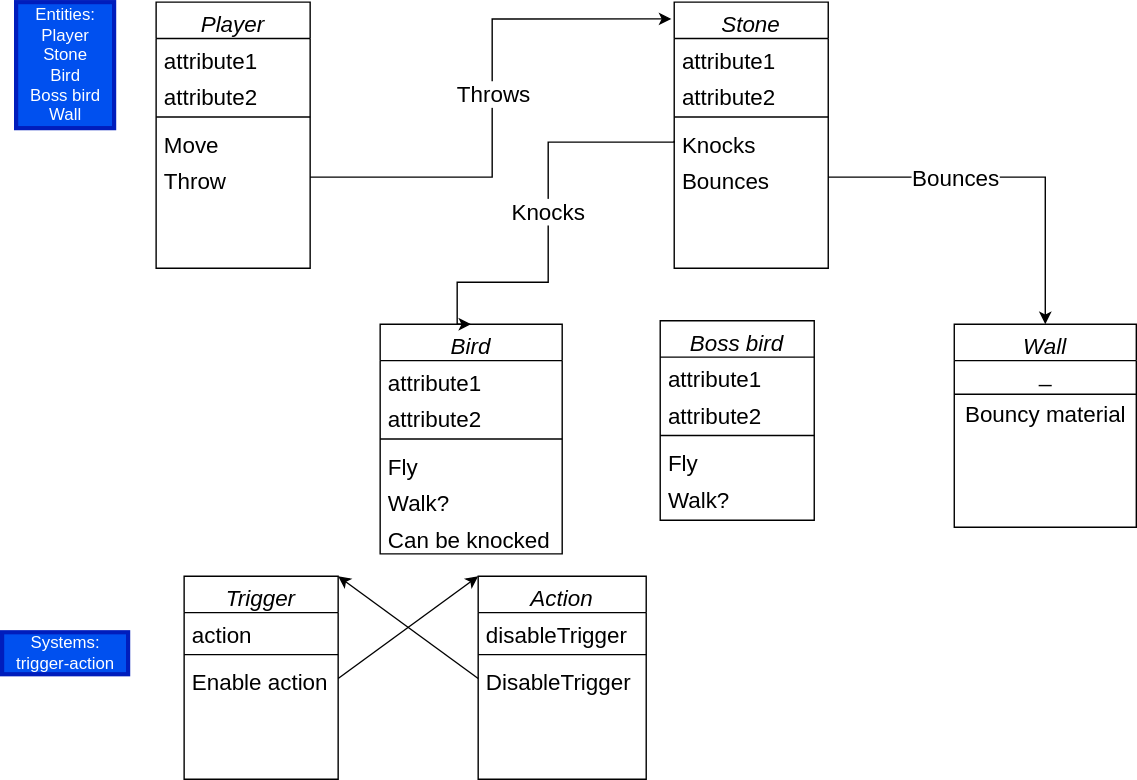
Above: EntitiesAndSystems.drawio.svg in DesseyCodes/The-Kidnapping-of-the-Damsel (draw.io), before the change. Source tidied: cells renumbered, new cells last; positions are measured from the earlier drawing's top-left corner, leaving out a move shared by most shapes. Source of this version:
```xml
<mxGraphModel>
  <root>
    <mxCell id="0" />
    <mxCell id="1" parent="0" />
    <mxCell id="2" value="Player" style="swimlane;fontStyle=2;align=center;verticalAlign=top;horizontal=1;startSize=26;rounded=0;shadow=0;strokeWidth=1;fontSize=16;" parent="1" vertex="1">
      <mxGeometry x="110" width="110" height="190" as="geometry" />
    </mxCell>
    <mxCell id="3" value="attribute1" style="text;align=left;verticalAlign=top;spacingLeft=4;spacingRight=4;overflow=hidden;fontSize=16;" parent="2" vertex="1">
      <mxGeometry y="26" width="110" height="26" as="geometry" />
    </mxCell>
    <mxCell id="4" value="attribute2" style="text;align=left;verticalAlign=top;spacingLeft=4;spacingRight=4;overflow=hidden;fontSize=16;" parent="2" vertex="1">
      <mxGeometry y="52" width="110" height="26" as="geometry" />
    </mxCell>
    <mxCell id="5" style="line;html=1;strokeWidth=1;align=left;verticalAlign=middle;spacingTop=-1;spacingLeft=3;spacingRight=3;labelPosition=right;" parent="2" vertex="1">
      <mxGeometry y="78" width="110" height="8" as="geometry" />
    </mxCell>
    <mxCell id="6" value="Move" style="text;align=left;verticalAlign=top;spacingLeft=4;spacingRight=4;overflow=hidden;fontSize=16;" parent="2" vertex="1">
      <mxGeometry y="86" width="110" height="26" as="geometry" />
    </mxCell>
    <mxCell id="7" value="Throw" style="text;align=left;verticalAlign=top;spacingLeft=4;spacingRight=4;overflow=hidden;points=[[0,0.5],[1,0.5]];portConstraint=eastwest;fontSize=16;" parent="2" vertex="1">
      <mxGeometry y="112" width="110" height="26" as="geometry" />
    </mxCell>
    <mxCell id="8" value="Stone" style="swimlane;fontStyle=2;align=center;verticalAlign=top;horizontal=1;startSize=26;rounded=0;shadow=0;strokeWidth=1;fontSize=16;" parent="1" vertex="1">
      <mxGeometry x="480" width="110" height="190" as="geometry" />
    </mxCell>
    <mxCell id="9" value="attribute1" style="text;align=left;verticalAlign=top;spacingLeft=4;spacingRight=4;overflow=hidden;fontSize=16;" parent="8" vertex="1">
      <mxGeometry y="26" width="110" height="26" as="geometry" />
    </mxCell>
    <mxCell id="10" value="attribute2" style="text;align=left;verticalAlign=top;spacingLeft=4;spacingRight=4;overflow=hidden;fontSize=16;" parent="8" vertex="1">
      <mxGeometry y="52" width="110" height="26" as="geometry" />
    </mxCell>
    <mxCell id="11" style="line;html=1;strokeWidth=1;align=left;verticalAlign=middle;spacingTop=-1;spacingLeft=3;spacingRight=3;labelPosition=right;" parent="8" vertex="1">
      <mxGeometry y="78" width="110" height="8" as="geometry" />
    </mxCell>
    <mxCell id="12" value="Knocks" style="text;align=left;verticalAlign=top;spacingLeft=4;spacingRight=4;overflow=hidden;points=[[0,0.5],[1,0.5]];portConstraint=eastwest;fontSize=16;" parent="8" vertex="1">
      <mxGeometry y="86" width="110" height="26" as="geometry" />
    </mxCell>
    <mxCell id="13" value="Bounces" style="text;align=left;verticalAlign=top;spacingLeft=4;spacingRight=4;overflow=hidden;points=[[0,0.5],[1,0.5]];portConstraint=eastwest;fontSize=16;" parent="8" vertex="1">
      <mxGeometry y="112" width="110" height="26" as="geometry" />
    </mxCell>
    <mxCell id="14" value="Bird" style="swimlane;fontStyle=2;align=center;verticalAlign=top;horizontal=1;startSize=26;rounded=0;shadow=0;strokeWidth=1;fontSize=16;" parent="1" vertex="1">
      <mxGeometry x="270" y="230" width="130" height="164" as="geometry" />
    </mxCell>
    <mxCell id="15" value="attribute1" style="text;align=left;verticalAlign=top;spacingLeft=4;spacingRight=4;overflow=hidden;fontSize=16;" parent="14" vertex="1">
      <mxGeometry y="26" width="130" height="26" as="geometry" />
    </mxCell>
    <mxCell id="16" value="attribute2" style="text;align=left;verticalAlign=top;spacingLeft=4;spacingRight=4;overflow=hidden;fontSize=16;" parent="14" vertex="1">
      <mxGeometry y="52" width="130" height="26" as="geometry" />
    </mxCell>
    <mxCell id="17" style="line;html=1;strokeWidth=1;align=left;verticalAlign=middle;spacingTop=-1;spacingLeft=3;spacingRight=3;labelPosition=right;" parent="14" vertex="1">
      <mxGeometry y="78" width="130" height="8" as="geometry" />
    </mxCell>
    <mxCell id="18" value="Fly&#10;" style="text;align=left;verticalAlign=top;spacingLeft=4;spacingRight=4;overflow=hidden;fontSize=16;" parent="14" vertex="1">
      <mxGeometry y="86" width="130" height="26" as="geometry" />
    </mxCell>
    <mxCell id="19" value="Walk?" style="text;align=left;verticalAlign=top;spacingLeft=4;spacingRight=4;overflow=hidden;fontSize=16;" parent="14" vertex="1">
      <mxGeometry y="112" width="130" height="26" as="geometry" />
    </mxCell>
    <mxCell id="20" value="Can be knocked" style="text;align=left;verticalAlign=top;spacingLeft=4;spacingRight=4;overflow=hidden;fontSize=16;" parent="14" vertex="1">
      <mxGeometry y="138" width="130" height="26" as="geometry" />
    </mxCell>
    <mxCell id="21" style="edgeStyle=orthogonalEdgeStyle;rounded=0;jettySize=auto;html=1;entryX=-0.018;entryY=0.063;entryDx=0;entryDy=0;entryPerimeter=0;fontSize=16;exitX=1;exitY=0.5;exitDx=0;exitDy=0;" parent="1" edge="1" source="7" target="8">
      <mxGeometry relative="1" as="geometry" />
    </mxCell>
    <mxCell id="22" value="Throws" style="edgeLabel;html=1;align=center;verticalAlign=middle;fontSize=16;" parent="21" vertex="1">
      <mxGeometry x="-0.49" y="2" relative="1" as="geometry">
        <mxPoint x="36" y="-58" as="offset" />
      </mxGeometry>
    </mxCell>
    <mxCell id="23" style="edgeStyle=orthogonalEdgeStyle;rounded=0;jettySize=auto;html=1;exitX=0;exitY=0.5;exitDx=0;exitDy=0;entryX=0.5;entryY=0;entryDx=0;entryDy=0;fontSize=16;" parent="1" edge="1" source="12" target="14">
      <mxGeometry relative="1" as="geometry">
        <Array as="points">
          <mxPoint x="480" y="100" />
          <mxPoint x="390" y="100" />
          <mxPoint x="390" y="200" />
          <mxPoint x="325" y="200" />
        </Array>
      </mxGeometry>
    </mxCell>
    <mxCell id="24" value="Knocks" style="edgeLabel;html=1;align=center;verticalAlign=middle;fontSize=16;" parent="23" vertex="1">
      <mxGeometry x="0.19" y="-1" relative="1" as="geometry">
        <mxPoint y="-36" as="offset" />
      </mxGeometry>
    </mxCell>
    <mxCell id="25" value="Boss bird" style="swimlane;fontStyle=2;align=center;verticalAlign=top;horizontal=1;startSize=26;rounded=0;shadow=0;strokeWidth=1;fontSize=16;" parent="1" vertex="1">
      <mxGeometry x="470" y="227.5" width="110" height="142.5" as="geometry" />
    </mxCell>
    <mxCell id="26" value="attribute1" style="text;align=left;verticalAlign=top;spacingLeft=4;spacingRight=4;overflow=hidden;fontSize=16;" parent="25" vertex="1">
      <mxGeometry y="26" width="110" height="26" as="geometry" />
    </mxCell>
    <mxCell id="27" value="attribute2" style="text;align=left;verticalAlign=top;spacingLeft=4;spacingRight=4;overflow=hidden;fontSize=16;" parent="25" vertex="1">
      <mxGeometry y="52" width="110" height="26" as="geometry" />
    </mxCell>
    <mxCell id="28" style="line;html=1;strokeWidth=1;align=left;verticalAlign=middle;spacingTop=-1;spacingLeft=3;spacingRight=3;labelPosition=right;" parent="25" vertex="1">
      <mxGeometry y="78" width="110" height="8" as="geometry" />
    </mxCell>
    <mxCell id="29" value="Fly&#10;" style="text;align=left;verticalAlign=top;spacingLeft=4;spacingRight=4;overflow=hidden;fontSize=16;" parent="25" vertex="1">
      <mxGeometry y="86" width="110" height="26" as="geometry" />
    </mxCell>
    <mxCell id="30" value="Walk?" style="text;align=left;verticalAlign=top;spacingLeft=4;spacingRight=4;overflow=hidden;fontSize=16;" parent="25" vertex="1">
      <mxGeometry y="112" width="110" height="26" as="geometry" />
    </mxCell>
    <mxCell id="31" value="Wall" style="swimlane;fontStyle=2;align=center;verticalAlign=top;horizontal=1;startSize=26;rounded=0;shadow=0;strokeWidth=1;fontSize=16;" parent="1" vertex="1">
      <mxGeometry x="680" y="230" width="130" height="145" as="geometry" />
    </mxCell>
    <mxCell id="32" value="_" style="text;html=1;align=center;verticalAlign=middle;strokeColor=none;fillColor=none;fontSize=16;" parent="31" vertex="1">
      <mxGeometry y="26" width="130" height="20" as="geometry" />
    </mxCell>
    <mxCell id="33" style="line;html=1;strokeWidth=1;align=left;verticalAlign=middle;spacingTop=-1;spacingLeft=3;spacingRight=3;labelPosition=right;" parent="31" vertex="1">
      <mxGeometry y="46" width="130" height="8" as="geometry" />
    </mxCell>
    <mxCell id="34" value="Bouncy material" style="text;html=1;align=center;verticalAlign=middle;strokeColor=none;fillColor=none;fontSize=16;" parent="31" vertex="1">
      <mxGeometry y="54" width="130" height="20" as="geometry" />
    </mxCell>
    <mxCell id="35" value="Entities:&lt;br&gt;Player&lt;br&gt;Stone&lt;br&gt;Bird&lt;br&gt;Boss bird&lt;br&gt;Wall" style="text;html=1;align=center;verticalAlign=middle;strokeColor=#001DBC;fillColor=#0050ef;strokeWidth=3;fontColor=#ffffff;" parent="1" vertex="1">
      <mxGeometry x="10" width="70" height="90" as="geometry" />
    </mxCell>
    <mxCell id="36" value="Systems:&lt;br&gt;trigger-action" style="text;html=1;align=center;verticalAlign=middle;strokeColor=#001DBC;fillColor=#0050ef;strokeWidth=3;fontColor=#ffffff;" parent="1" vertex="1">
      <mxGeometry y="450" width="90" height="30" as="geometry" />
    </mxCell>
    <mxCell id="37" value="Trigger" style="swimlane;fontStyle=2;align=center;verticalAlign=top;horizontal=1;startSize=26;rounded=0;shadow=0;strokeWidth=1;fontSize=16;" parent="1" vertex="1">
      <mxGeometry x="130" y="410" width="110" height="145" as="geometry" />
    </mxCell>
    <mxCell id="38" value="action" style="text;align=left;verticalAlign=top;spacingLeft=4;spacingRight=4;overflow=hidden;fontSize=16;" parent="37" vertex="1">
      <mxGeometry y="26" width="110" height="26" as="geometry" />
    </mxCell>
    <mxCell id="39" style="line;html=1;strokeWidth=1;align=left;verticalAlign=middle;spacingTop=-1;spacingLeft=3;spacingRight=3;labelPosition=right;" parent="37" vertex="1">
      <mxGeometry y="52" width="110" height="8" as="geometry" />
    </mxCell>
    <mxCell id="40" value="Enable action" style="text;align=left;verticalAlign=top;spacingLeft=4;spacingRight=4;overflow=hidden;points=[[0,0.5],[1,0.5]];portConstraint=eastwest;fontSize=16;" parent="37" vertex="1">
      <mxGeometry y="60" width="110" height="26" as="geometry" />
    </mxCell>
    <mxCell id="41" value="Action" style="swimlane;fontStyle=2;align=center;verticalAlign=top;horizontal=1;startSize=26;rounded=0;shadow=0;strokeWidth=1;fontSize=16;" parent="1" vertex="1">
      <mxGeometry x="340" y="410" width="120" height="145" as="geometry" />
    </mxCell>
    <mxCell id="42" value="disableTrigger" style="text;align=left;verticalAlign=top;spacingLeft=4;spacingRight=4;overflow=hidden;fontSize=16;" parent="41" vertex="1">
      <mxGeometry y="26" width="120" height="26" as="geometry" />
    </mxCell>
    <mxCell id="43" style="line;html=1;strokeWidth=1;align=left;verticalAlign=middle;spacingTop=-1;spacingLeft=3;spacingRight=3;labelPosition=right;" parent="41" vertex="1">
      <mxGeometry y="52" width="120" height="8" as="geometry" />
    </mxCell>
    <mxCell id="44" value="DisableTrigger" style="text;align=left;verticalAlign=top;spacingLeft=4;spacingRight=4;overflow=hidden;points=[[0,0.5],[1,0.5]];portConstraint=eastwest;fontSize=16;" parent="41" vertex="1">
      <mxGeometry y="60" width="120" height="26" as="geometry" />
    </mxCell>
    <mxCell id="45" style="edgeStyle=none;html=1;exitX=1;exitY=0.5;exitDx=0;exitDy=0;entryX=0;entryY=0;entryDx=0;entryDy=0;fontSize=16;" parent="1" edge="1" source="40" target="41">
      <mxGeometry relative="1" as="geometry" />
    </mxCell>
    <mxCell id="46" style="edgeStyle=none;html=1;exitX=0;exitY=0.5;exitDx=0;exitDy=0;entryX=1;entryY=0;entryDx=0;entryDy=0;fontSize=16;" parent="1" edge="1" source="44" target="37">
      <mxGeometry relative="1" as="geometry" />
    </mxCell>
    <mxCell id="47" style="edgeStyle=orthogonalEdgeStyle;html=1;exitX=1;exitY=0.5;exitDx=0;exitDy=0;entryX=0.5;entryY=0;entryDx=0;entryDy=0;rounded=0;" parent="1" edge="1" source="13" target="31">
      <mxGeometry relative="1" as="geometry">
        <Array as="points">
          <mxPoint x="745" y="125" />
        </Array>
      </mxGeometry>
    </mxCell>
    <mxCell id="48" value="Bounces" style="edgeLabel;html=1;align=center;verticalAlign=middle;fontSize=16;" parent="47" vertex="1">
      <mxGeometry x="-0.24" y="-4" relative="1" as="geometry">
        <mxPoint x="-9" y="-4" as="offset" />
      </mxGeometry>
    </mxCell>
  </root>
</mxGraphModel>
```
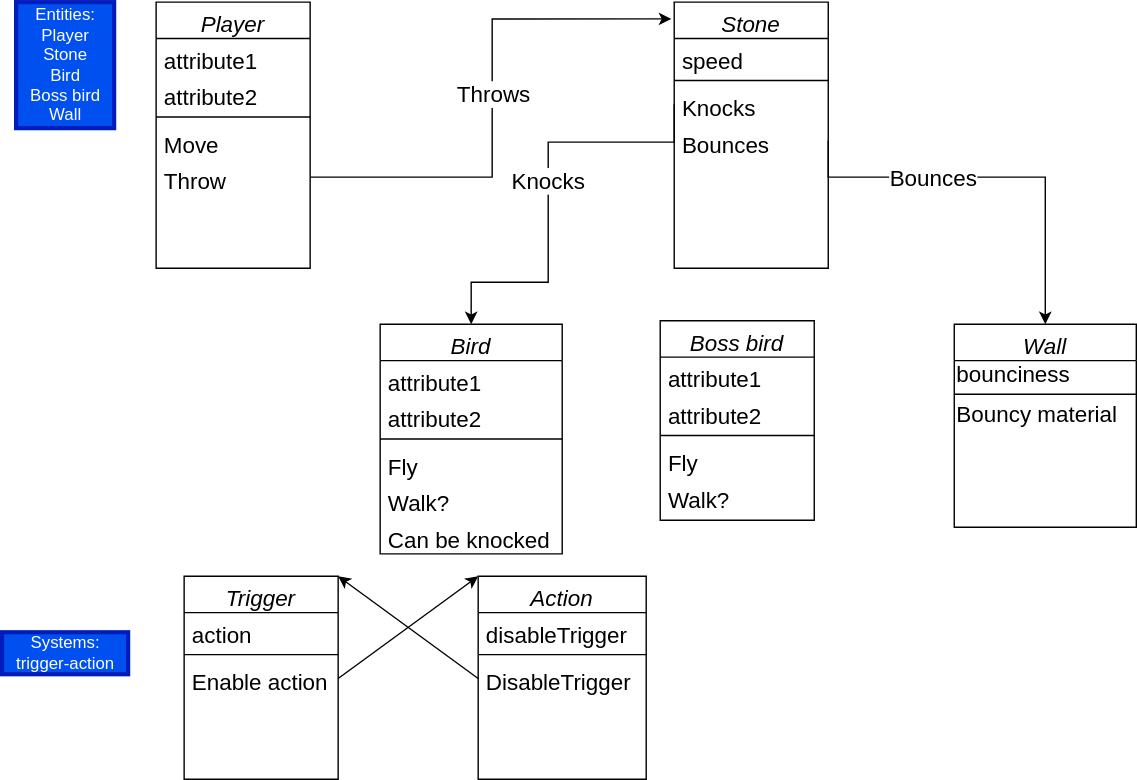
Later version of the same file.

What changed in the source:
```diff
@@ -23,20 +23,17 @@
     <mxCell id="8" value="Stone" style="swimlane;fontStyle=2;align=center;verticalAlign=top;horizontal=1;startSize=26;rounded=0;shadow=0;strokeWidth=1;fontSize=16;" parent="1" vertex="1">
       <mxGeometry x="480" width="110" height="190" as="geometry" />
     </mxCell>
-    <mxCell id="9" value="attribute1" style="text;align=left;verticalAlign=top;spacingLeft=4;spacingRight=4;overflow=hidden;fontSize=16;" parent="8" vertex="1">
+    <mxCell id="9" value="speed" style="text;align=left;verticalAlign=top;spacingLeft=4;spacingRight=4;overflow=hidden;fontSize=16;" parent="8" vertex="1">
       <mxGeometry y="26" width="110" height="26" as="geometry" />
     </mxCell>
-    <mxCell id="10" value="attribute2" style="text;align=left;verticalAlign=top;spacingLeft=4;spacingRight=4;overflow=hidden;fontSize=16;" parent="8" vertex="1">
-      <mxGeometry y="52" width="110" height="26" as="geometry" />
-    </mxCell>
     <mxCell id="11" style="line;html=1;strokeWidth=1;align=left;verticalAlign=middle;spacingTop=-1;spacingLeft=3;spacingRight=3;labelPosition=right;" parent="8" vertex="1">
-      <mxGeometry y="78" width="110" height="8" as="geometry" />
+      <mxGeometry y="52" width="110" height="8" as="geometry" />
     </mxCell>
     <mxCell id="12" value="Knocks" style="text;align=left;verticalAlign=top;spacingLeft=4;spacingRight=4;overflow=hidden;points=[[0,0.5],[1,0.5]];portConstraint=eastwest;fontSize=16;" parent="8" vertex="1">
-      <mxGeometry y="86" width="110" height="26" as="geometry" />
+      <mxGeometry y="60" width="110" height="26" as="geometry" />
     </mxCell>
     <mxCell id="13" value="Bounces" style="text;align=left;verticalAlign=top;spacingLeft=4;spacingRight=4;overflow=hidden;points=[[0,0.5],[1,0.5]];portConstraint=eastwest;fontSize=16;" parent="8" vertex="1">
-      <mxGeometry y="112" width="110" height="26" as="geometry" />
+      <mxGeometry y="86" width="110" height="26" as="geometry" />
     </mxCell>
     <mxCell id="14" value="Bird" style="swimlane;fontStyle=2;align=center;verticalAlign=top;horizontal=1;startSize=26;rounded=0;shadow=0;strokeWidth=1;fontSize=16;" parent="1" vertex="1">
       <mxGeometry x="270" y="230" width="130" height="164" as="geometry" />
@@ -73,7 +70,7 @@
           <mxPoint x="480" y="100" />
           <mxPoint x="390" y="100" />
           <mxPoint x="390" y="200" />
-          <mxPoint x="325" y="200" />
+          <mxPoint x="335" y="200" />
         </Array>
       </mxGeometry>
     </mxCell>
@@ -103,13 +100,13 @@
     <mxCell id="31" value="Wall" style="swimlane;fontStyle=2;align=center;verticalAlign=top;horizontal=1;startSize=26;rounded=0;shadow=0;strokeWidth=1;fontSize=16;" parent="1" vertex="1">
       <mxGeometry x="680" y="230" width="130" height="145" as="geometry" />
     </mxCell>
-    <mxCell id="32" value="_" style="text;html=1;align=center;verticalAlign=middle;strokeColor=none;fillColor=none;fontSize=16;" parent="31" vertex="1">
+    <mxCell id="32" value="bounciness" style="text;html=1;align=left;verticalAlign=middle;strokeColor=none;fillColor=none;fontSize=16;" parent="31" vertex="1">
       <mxGeometry y="26" width="130" height="20" as="geometry" />
     </mxCell>
     <mxCell id="33" style="line;html=1;strokeWidth=1;align=left;verticalAlign=middle;spacingTop=-1;spacingLeft=3;spacingRight=3;labelPosition=right;" parent="31" vertex="1">
       <mxGeometry y="46" width="130" height="8" as="geometry" />
     </mxCell>
-    <mxCell id="34" value="Bouncy material" style="text;html=1;align=center;verticalAlign=middle;strokeColor=none;fillColor=none;fontSize=16;" parent="31" vertex="1">
+    <mxCell id="34" value="Bouncy material" style="text;html=1;align=left;verticalAlign=middle;strokeColor=none;fillColor=none;fontSize=16;" parent="31" vertex="1">
       <mxGeometry y="54" width="130" height="20" as="geometry" />
     </mxCell>
     <mxCell id="35" value="Entities:&lt;br&gt;Player&lt;br&gt;Stone&lt;br&gt;Bird&lt;br&gt;Boss bird&lt;br&gt;Wall" style="text;html=1;align=center;verticalAlign=middle;strokeColor=#001DBC;fillColor=#0050ef;strokeWidth=3;fontColor=#ffffff;" parent="1" vertex="1">
```
